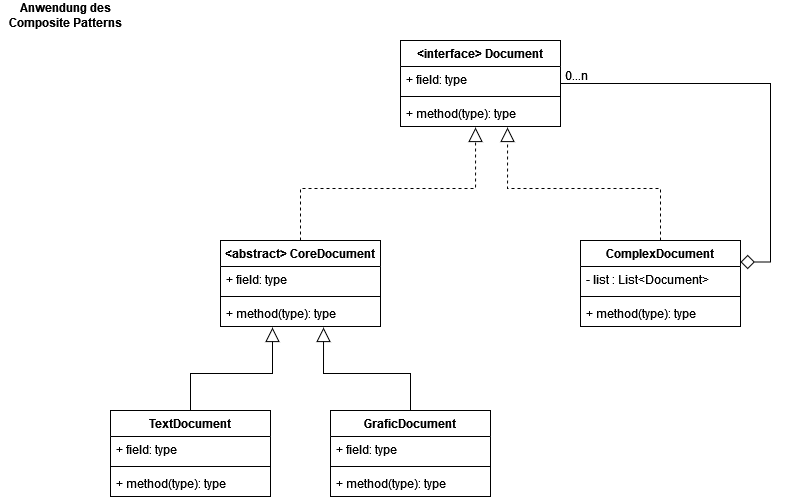
Earlier version of the draw.io export src/org/hbrs/se1/ws22/uebung9/Uebung9-2.drawio.png (fitnesstino/WS22-SE1). Source tidied: cells renumbered, new cells last; positions are measured from the earlier drawing's top-left corner, leaving out a move shared by most shapes.
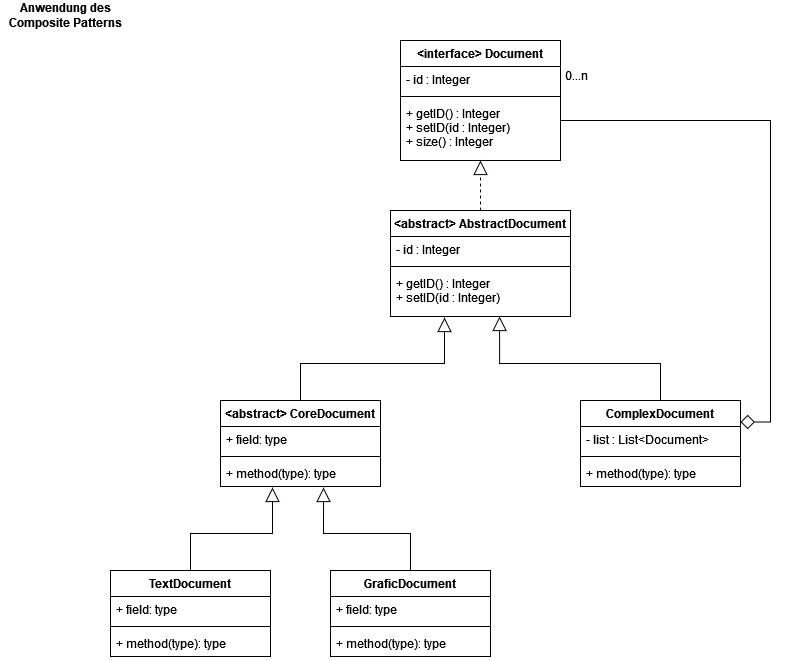
After the change.

What changed in the source:
```diff
@@ -3,23 +3,23 @@
     <mxCell id="0" />
     <mxCell id="1" parent="0" />
     <mxCell id="2" value="Anwendung des Composite Patterns" style="text;html=1;strokeColor=none;fillColor=none;align=center;verticalAlign=middle;whiteSpace=wrap;rounded=0;fontStyle=1;" parent="1" vertex="1">
-      <mxGeometry width="130" height="30" as="geometry" />
+      <mxGeometry y="-160" width="130" height="30" as="geometry" />
     </mxCell>
     <mxCell id="3" value="&lt;interface&gt; Document" style="swimlane;fontStyle=1;align=center;verticalAlign=top;horizontal=1;startSize=26;" parent="1" vertex="1">
-      <mxGeometry x="400" y="40" width="160" height="86" as="geometry" />
+      <mxGeometry x="400" y="-120" width="160" height="120" as="geometry" />
     </mxCell>
-    <mxCell id="4" value="+ field: type" style="text;strokeColor=none;fillColor=none;align=left;verticalAlign=top;spacingLeft=4;spacingRight=4;overflow=hidden;" parent="3" vertex="1">
+    <mxCell id="4" value="- id : Integer" style="text;strokeColor=none;fillColor=none;align=left;verticalAlign=top;spacingLeft=4;spacingRight=4;overflow=hidden;" parent="3" vertex="1">
       <mxGeometry y="26" width="160" height="26" as="geometry" />
     </mxCell>
     <mxCell id="5" style="line;strokeWidth=1;fillColor=none;align=left;verticalAlign=middle;spacingTop=-1;spacingLeft=3;spacingRight=3;labelPosition=right;strokeColor=inherit;" parent="3" vertex="1">
       <mxGeometry y="52" width="160" height="8" as="geometry" />
     </mxCell>
-    <mxCell id="6" value="+ method(type): type" style="text;strokeColor=none;fillColor=none;align=left;verticalAlign=top;spacingLeft=4;spacingRight=4;overflow=hidden;points=[[0,0.5],[1,0.5]];portConstraint=eastwest;" parent="3" vertex="1">
-      <mxGeometry y="60" width="160" height="26" as="geometry" />
+    <mxCell id="6" value="+ getID() : Integer&#10;+ setID(id : Integer)&#10;+ size() : Integer&#10;&#10;" style="text;strokeColor=none;fillColor=none;align=left;verticalAlign=top;spacingLeft=4;spacingRight=4;overflow=hidden;points=[[0,0.5],[1,0.5]];portConstraint=eastwest;" parent="3" vertex="1">
+      <mxGeometry y="60" width="160" height="60" as="geometry" />
     </mxCell>
-    <mxCell id="7" style="edgeStyle=orthogonalEdgeStyle;rounded=0;jettySize=auto;html=1;entryX=0.469;entryY=1.038;entryDx=0;entryDy=0;entryPerimeter=0;dashed=1;endArrow=block;endFill=0;endSize=12;" parent="1" edge="1" source="8" target="6">
-      <mxGeometry relative="1" as="geometry" />
-    </mxCell>
+    <mxCell id="29" style="edgeStyle=orthogonalEdgeStyle;rounded=0;jettySize=auto;html=1;entryX=0.3;entryY=1.022;entryDx=0;entryDy=0;entryPerimeter=0;endArrow=block;endFill=0;endSize=12;" parent="1" edge="1" source="8" target="35">
+      <mxGeometry relative="1" as="geometry" />
+    </mxCell>
     <mxCell id="8" value="&lt;abstract&gt; CoreDocument" style="swimlane;fontStyle=1;align=center;verticalAlign=top;horizontal=1;startSize=26;" parent="1" vertex="1">
       <mxGeometry x="220" y="240" width="160" height="86" as="geometry" />
     </mxCell>
@@ -32,9 +32,9 @@
     <mxCell id="11" value="+ method(type): type" style="text;strokeColor=none;fillColor=none;align=left;verticalAlign=top;spacingLeft=4;spacingRight=4;overflow=hidden;points=[[0,0.5],[1,0.5]];portConstraint=eastwest;" parent="8" vertex="1">
       <mxGeometry y="60" width="160" height="26" as="geometry" />
     </mxCell>
-    <mxCell id="12" style="edgeStyle=orthogonalEdgeStyle;rounded=0;jettySize=auto;html=1;entryX=0.669;entryY=1.038;entryDx=0;entryDy=0;entryPerimeter=0;dashed=1;endArrow=block;endFill=0;endSize=12;" parent="1" edge="1" source="13" target="6">
-      <mxGeometry relative="1" as="geometry" />
-    </mxCell>
+    <mxCell id="30" style="edgeStyle=orthogonalEdgeStyle;rounded=0;jettySize=auto;html=1;entryX=0.606;entryY=1;entryDx=0;entryDy=0;entryPerimeter=0;endArrow=block;endFill=0;endSize=12;" parent="1" edge="1" source="13" target="35">
+      <mxGeometry relative="1" as="geometry" />
+    </mxCell>
     <mxCell id="13" value="ComplexDocument" style="swimlane;fontStyle=1;align=center;verticalAlign=top;horizontal=1;startSize=26;" parent="1" vertex="1">
       <mxGeometry x="580" y="240" width="160" height="86" as="geometry" />
     </mxCell>
@@ -48,10 +48,16 @@
       <mxGeometry y="60" width="160" height="26" as="geometry" />
     </mxCell>
     <mxCell id="17" style="edgeStyle=orthogonalEdgeStyle;rounded=0;jettySize=auto;html=1;entryX=1;entryY=0.25;entryDx=0;entryDy=0;endArrow=diamond;endFill=0;endSize=12;exitX=1;exitY=0.5;exitDx=0;exitDy=0;" parent="1" edge="1" source="3" target="13">
-      <mxGeometry relative="1" as="geometry" />
+      <mxGeometry relative="1" as="geometry">
+        <Array as="points">
+          <mxPoint x="560" y="-40" />
+          <mxPoint x="770" y="-40" />
+          <mxPoint x="770" y="262" />
+        </Array>
+      </mxGeometry>
     </mxCell>
     <mxCell id="18" value="0...n" style="text;html=1;align=center;verticalAlign=middle;strokeColor=none;fillColor=none;" parent="1" vertex="1">
-      <mxGeometry x="551" y="60" width="50" height="30" as="geometry" />
+      <mxGeometry x="551" y="-100" width="50" height="30" as="geometry" />
     </mxCell>
     <mxCell id="19" style="edgeStyle=orthogonalEdgeStyle;rounded=0;jettySize=auto;html=1;entryX=0.325;entryY=1.038;entryDx=0;entryDy=0;entryPerimeter=0;endArrow=block;endFill=0;endSize=12;" parent="1" edge="1" source="20" target="11">
       <mxGeometry relative="1" as="geometry" />
@@ -83,5 +89,20 @@
     <mxCell id="28" value="+ method(type): type" style="text;strokeColor=none;fillColor=none;align=left;verticalAlign=top;spacingLeft=4;spacingRight=4;overflow=hidden;" parent="25" vertex="1">
       <mxGeometry y="60" width="160" height="26" as="geometry" />
     </mxCell>
+    <mxCell id="31" style="edgeStyle=orthogonalEdgeStyle;rounded=0;jettySize=auto;html=1;entryX=0.5;entryY=1;entryDx=0;entryDy=0;endArrow=block;endFill=0;endSize=12;dashed=1;" parent="1" edge="1" source="32" target="3">
+      <mxGeometry relative="1" as="geometry" />
+    </mxCell>
+    <mxCell id="32" value="&lt;abstract&gt; AbstractDocument" style="swimlane;fontStyle=1;align=center;verticalAlign=top;horizontal=1;startSize=26;" parent="1" vertex="1">
+      <mxGeometry x="390" y="50" width="180" height="106" as="geometry" />
+    </mxCell>
+    <mxCell id="33" value="- id : Integer" style="text;strokeColor=none;fillColor=none;align=left;verticalAlign=top;spacingLeft=4;spacingRight=4;overflow=hidden;" parent="32" vertex="1">
+      <mxGeometry y="26" width="180" height="26" as="geometry" />
+    </mxCell>
+    <mxCell id="34" style="line;strokeWidth=1;fillColor=none;align=left;verticalAlign=middle;spacingTop=-1;spacingLeft=3;spacingRight=3;labelPosition=right;strokeColor=inherit;" parent="32" vertex="1">
+      <mxGeometry y="52" width="180" height="8" as="geometry" />
+    </mxCell>
+    <mxCell id="35" value="+ getID() : Integer&#10;+ setID(id : Integer)&#10;" style="text;strokeColor=none;fillColor=none;align=left;verticalAlign=top;spacingLeft=4;spacingRight=4;overflow=hidden;points=[[0,0.5],[1,0.5]];portConstraint=eastwest;" parent="32" vertex="1">
+      <mxGeometry y="60" width="180" height="46" as="geometry" />
+    </mxCell>
   </root>
 </mxGraphModel>
```
